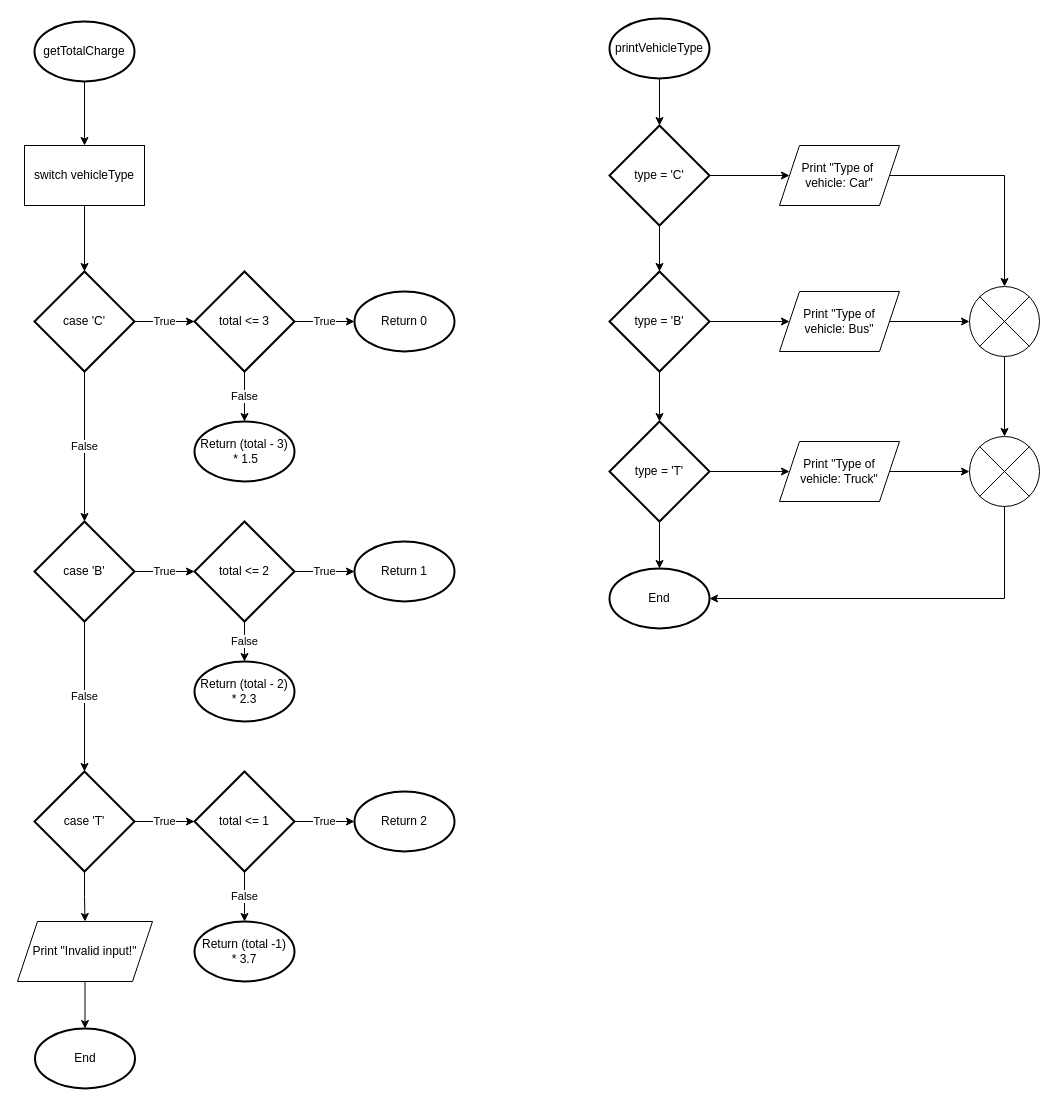
skaarfundgandr/CC-COMPPROG11 keeps this draw.io diagram as page "Page-2" (2 of 2) of C Programming/parking_fare/parking_fare.drawio. Above is the earlier version. Source tidied: cells renumbered, new cells numbered last; positions are measured from the earlier drawing's top-left corner, leaving out a move shared by most shapes. Both pictures are drawn from the tidied source at 100%, with x=0, y=0 at pixel (17, 18).
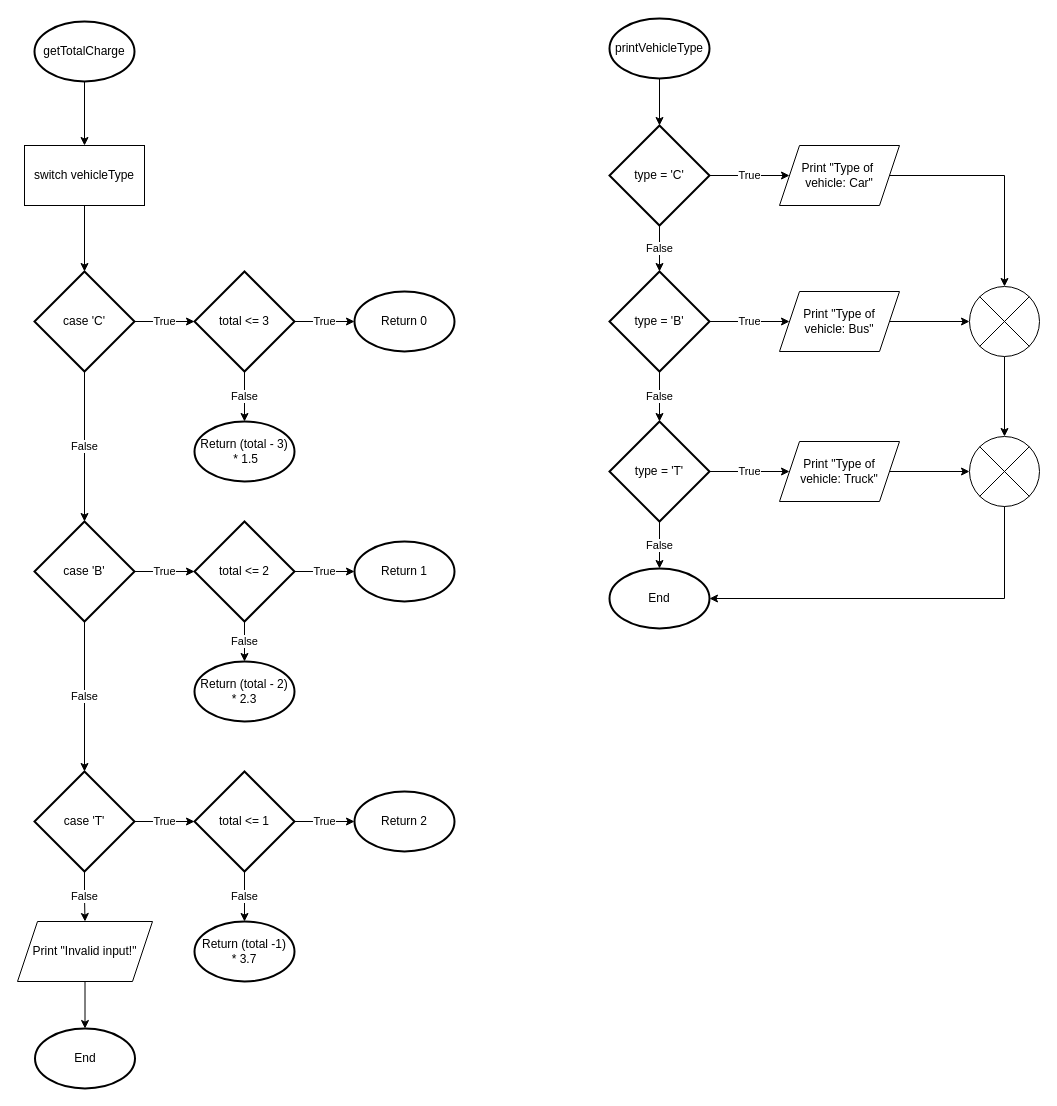
After the change.

The change refers to these unchanged cells:
```xml
<mxCell id="11" value="case 'T'" style="strokeWidth=2;html=1;shape=mxgraph.flowchart.decision;whiteSpace=wrap;" parent="1" vertex="1">
  <mxGeometry x="17" y="753" width="100" height="100" as="geometry" />
</mxCell>
<mxCell id="34" value="type = 'C'" style="strokeWidth=2;html=1;shape=mxgraph.flowchart.decision;whiteSpace=wrap;" parent="1" vertex="1">
  <mxGeometry x="592" y="107" width="100" height="100" as="geometry" />
</mxCell>
<mxCell id="37" value="type = 'T'" style="strokeWidth=2;html=1;shape=mxgraph.flowchart.decision;whiteSpace=wrap;" parent="1" vertex="1">
  <mxGeometry x="592" y="403" width="100" height="100" as="geometry" />
</mxCell>
<mxCell id="40" value="type = 'B'" style="strokeWidth=2;html=1;shape=mxgraph.flowchart.decision;whiteSpace=wrap;" parent="1" vertex="1">
  <mxGeometry x="592" y="253" width="100" height="100" as="geometry" />
</mxCell>
<mxCell id="42" value="Print &quot;Invalid input!&quot;" style="shape=parallelogram;perimeter=parallelogramPerimeter;whiteSpace=wrap;html=1;fixedSize=1;" parent="1" vertex="1">
  <mxGeometry y="903" width="135" height="60" as="geometry" />
</mxCell>
<mxCell id="45" value="Print &quot;Type of&lt;br&gt;vehicle: Truck&quot;" style="shape=parallelogram;perimeter=parallelogramPerimeter;whiteSpace=wrap;html=1;fixedSize=1;" parent="1" vertex="1">
  <mxGeometry x="762" y="423" width="120" height="60" as="geometry" />
</mxCell>
<mxCell id="47" value="Print &quot;Type of&lt;br&gt;vehicle: Bus&quot;" style="shape=parallelogram;perimeter=parallelogramPerimeter;whiteSpace=wrap;html=1;fixedSize=1;" parent="1" vertex="1">
  <mxGeometry x="762" y="273" width="120" height="60" as="geometry" />
</mxCell>
<mxCell id="48" value="Print &quot;Type of&amp;nbsp;&lt;br&gt;vehicle: Car&quot;" style="shape=parallelogram;perimeter=parallelogramPerimeter;whiteSpace=wrap;html=1;fixedSize=1;" parent="1" vertex="1">
  <mxGeometry x="762" y="127" width="120" height="60" as="geometry" />
</mxCell>
<mxCell id="52" value="End" style="strokeWidth=2;html=1;shape=mxgraph.flowchart.start_1;whiteSpace=wrap;" parent="1" vertex="1">
  <mxGeometry x="592" y="550" width="100" height="60" as="geometry" />
</mxCell>
```

What changed in the source:
```diff
@@
-    <mxCell id="10" style="edgeStyle=orthogonalEdgeStyle;rounded=0;jettySize=auto;html=1;" parent="1" edge="1" source="11" target="42">
+    <mxCell id="10" value="False" style="edgeStyle=orthogonalEdgeStyle;rounded=0;jettySize=auto;html=1;" parent="1" edge="1" source="11" target="42">
       <mxGeometry relative="1" as="geometry" />
     </mxCell>
@@
-    <mxCell id="32" style="edgeStyle=orthogonalEdgeStyle;rounded=0;jettySize=auto;html=1;" parent="1" edge="1" source="34" target="40">
+    <mxCell id="32" value="False" style="edgeStyle=orthogonalEdgeStyle;rounded=0;jettySize=auto;html=1;" parent="1" edge="1" source="34" target="40">
       <mxGeometry relative="1" as="geometry" />
     </mxCell>
-    <mxCell id="33" style="edgeStyle=orthogonalEdgeStyle;rounded=0;jettySize=auto;html=1;" parent="1" edge="1" source="34" target="48">
+    <mxCell id="33" value="True" style="edgeStyle=orthogonalEdgeStyle;rounded=0;jettySize=auto;html=1;" parent="1" edge="1" source="34" target="48">
       <mxGeometry relative="1" as="geometry" />
     </mxCell>
@@
-    <mxCell id="35" style="edgeStyle=orthogonalEdgeStyle;rounded=0;jettySize=auto;html=1;" parent="1" edge="1" source="37" target="52">
+    <mxCell id="35" value="False" style="edgeStyle=orthogonalEdgeStyle;rounded=0;jettySize=auto;html=1;" parent="1" edge="1" source="37" target="52">
       <mxGeometry relative="1" as="geometry" />
     </mxCell>
-    <mxCell id="36" style="edgeStyle=orthogonalEdgeStyle;rounded=0;jettySize=auto;html=1;" parent="1" edge="1" source="37" target="45">
+    <mxCell id="36" value="True" style="edgeStyle=orthogonalEdgeStyle;rounded=0;jettySize=auto;html=1;" parent="1" edge="1" source="37" target="45">
       <mxGeometry relative="1" as="geometry" />
     </mxCell>
@@
-    <mxCell id="38" style="edgeStyle=orthogonalEdgeStyle;rounded=0;jettySize=auto;html=1;" parent="1" edge="1" source="40" target="37">
+    <mxCell id="38" value="False" style="edgeStyle=orthogonalEdgeStyle;rounded=0;jettySize=auto;html=1;" parent="1" edge="1" source="40" target="37">
       <mxGeometry relative="1" as="geometry" />
     </mxCell>
-    <mxCell id="39" style="edgeStyle=orthogonalEdgeStyle;rounded=0;jettySize=auto;html=1;" parent="1" edge="1" source="40" target="47">
+    <mxCell id="39" value="True" style="edgeStyle=orthogonalEdgeStyle;rounded=0;jettySize=auto;html=1;" parent="1" edge="1" source="40" target="47">
       <mxGeometry relative="1" as="geometry" />
     </mxCell>
```
